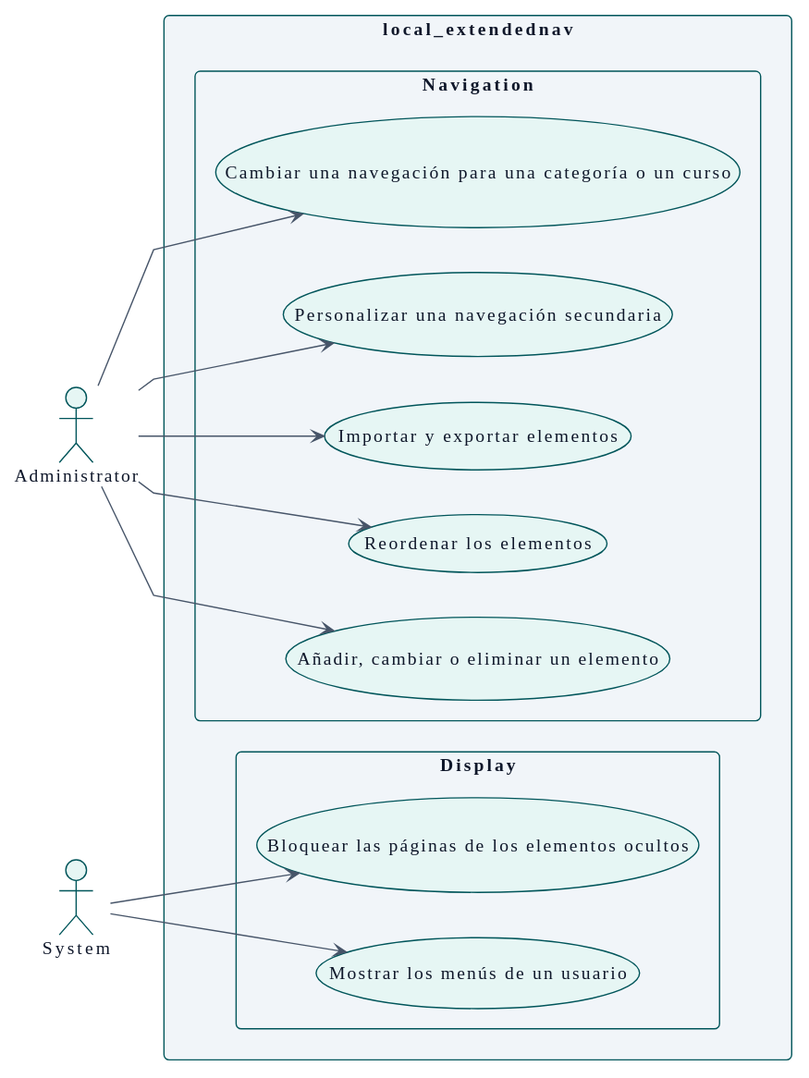
The PlantUML diagram docs/es/technical/requirements/use-case-overview.svg in didactika/moodle-local_extendednav, before a commit.
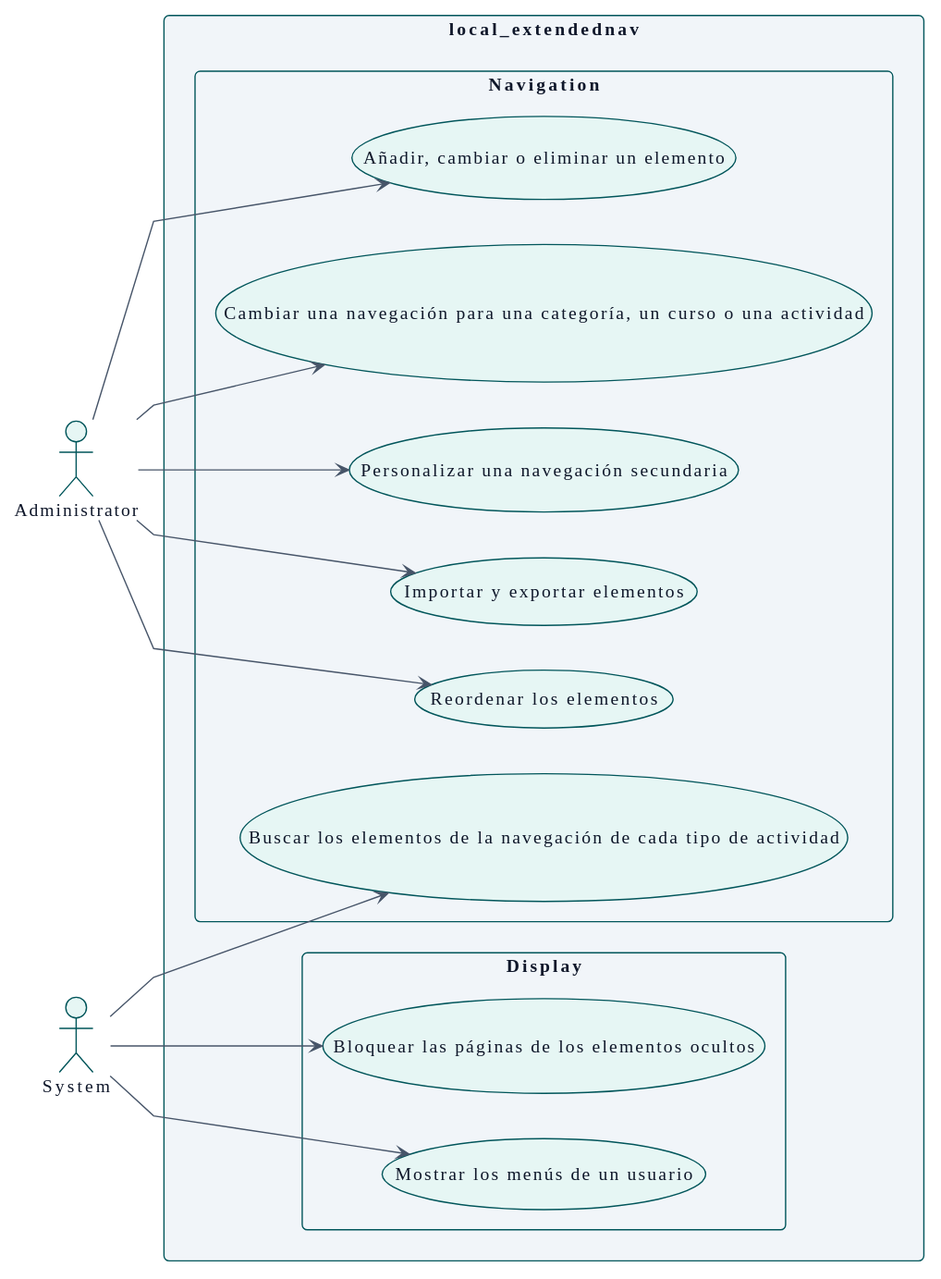
The same diagram one commit later.

Change to the diagram source:
```diff
@@ -115,7 +115,8 @@
     usecase "Reordenar los elementos" as UC_reorderNodes
     usecase "Importar y exportar elementos" as UC_importNodes
     usecase "Personalizar una navegación secundaria" as UC_customiseSecondaryNavigation
-    usecase "Cambiar una navegación para una categoría o un curso" as UC_setScopeException
+    usecase "Cambiar una navegación para una categoría, un curso o una actividad" as UC_setScopeException
+    usecase "Buscar los elementos de la navegación de cada tipo de actividad" as UC_discoverActivityItems
   }
   package "Display" {
     usecase "Mostrar los menús de un usuario" as UC_showMenus
@@ -130,4 +131,5 @@
 A_System --> UC_blockUrl
 A_Administrator --> UC_customiseSecondaryNavigation
 A_Administrator --> UC_setScopeException
+A_System --> UC_discoverActivityItems
 @enduml
```
